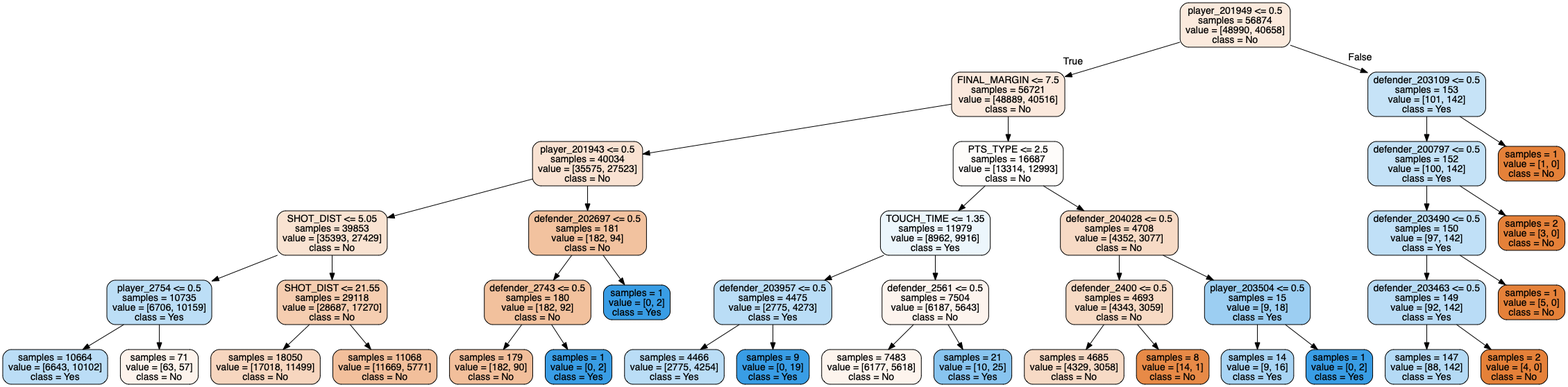
Above: forest_tree0.png in tianyi5309/303project (Graphviz), before the change. Its source is kept beside it as forest_tree0.dot.
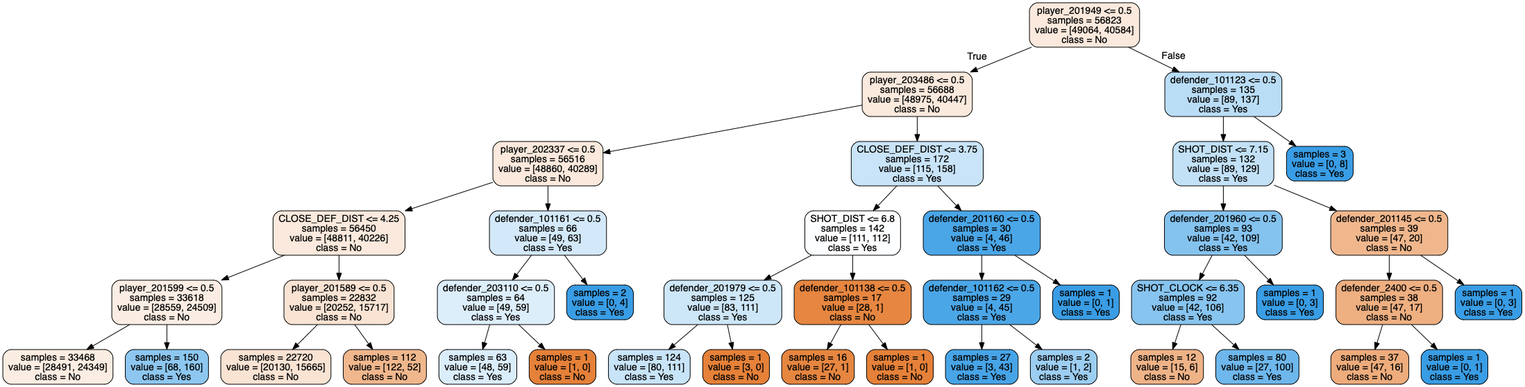
Later version of the same file.

Change to the diagram source:
```diff
@@ -1,81 +1,85 @@
 digraph Tree {
 node [shape=box, style="filled, rounded", color="black", fontname=helvetica] ;
 edge [fontname=helvetica] ;
-0 [label="player_201949 <= 0.5\nsamples = 56874\nvalue = [48990, 40658]\nclass = No", fillcolor="#fbeadd"] ;
-1 [label="FINAL_MARGIN <= 7.5\nsamples = 56721\nvalue = [48889, 40516]\nclass = No", fillcolor="#fbe9dd"] ;
+0 [label="player_201949 <= 0.5\nsamples = 56823\nvalue = [49064, 40584]\nclass = No", fillcolor="#fbe9dd"] ;
+1 [label="player_203486 <= 0.5\nsamples = 56688\nvalue = [48975, 40447]\nclass = No", fillcolor="#fae9dd"] ;
 0 -> 1 [labeldistance=2.5, labelangle=45, headlabel="True"] ;
-2 [label="player_201943 <= 0.5\nsamples = 40034\nvalue = [35575, 27523]\nclass = No", fillcolor="#f9e2d2"] ;
+2 [label="player_202337 <= 0.5\nsamples = 56516\nvalue = [48860, 40289]\nclass = No", fillcolor="#fae9dc"] ;
 1 -> 2 ;
-3 [label="SHOT_DIST <= 5.05\nsamples = 39853\nvalue = [35393, 27429]\nclass = No", fillcolor="#f9e3d2"] ;
+3 [label="CLOSE_DEF_DIST <= 4.25\nsamples = 56450\nvalue = [48811, 40226]\nclass = No", fillcolor="#fae9dc"] ;
 2 -> 3 ;
-4 [label="player_2754 <= 0.5\nsamples = 10735\nvalue = [6706, 10159]\nclass = Yes", fillcolor="#bcdef6"] ;
+4 [label="player_201599 <= 0.5\nsamples = 33618\nvalue = [28559, 24509]\nclass = No", fillcolor="#fbede3"] ;
 3 -> 4 ;
-5 [label="samples = 10664\nvalue = [6643, 10102]\nclass = Yes", fillcolor="#bbddf6"] ;
+5 [label="samples = 33468\nvalue = [28491, 24349]\nclass = No", fillcolor="#fbede2"] ;
 4 -> 5 ;
-6 [label="samples = 71\nvalue = [63, 57]\nclass = No", fillcolor="#fdf3ec"] ;
+6 [label="samples = 150\nvalue = [68, 160]\nclass = Yes", fillcolor="#8dc7f0"] ;
 4 -> 6 ;
-7 [label="SHOT_DIST <= 21.55\nsamples = 29118\nvalue = [28687, 17270]\nclass = No", fillcolor="#f5cdb0"] ;
+7 [label="player_201589 <= 0.5\nsamples = 22832\nvalue = [20252, 15717]\nclass = No", fillcolor="#f9e3d3"] ;
 3 -> 7 ;
-8 [label="samples = 18050\nvalue = [17018, 11499]\nclass = No", fillcolor="#f7d6bf"] ;
+8 [label="samples = 22720\nvalue = [20130, 15665]\nclass = No", fillcolor="#f9e3d3"] ;
 7 -> 8 ;
-9 [label="samples = 11068\nvalue = [11669, 5771]\nclass = No", fillcolor="#f2bf9b"] ;
+9 [label="samples = 112\nvalue = [122, 52]\nclass = No", fillcolor="#f0b78d"] ;
 7 -> 9 ;
-10 [label="defender_202697 <= 0.5\nsamples = 181\nvalue = [182, 94]\nclass = No", fillcolor="#f2c29f"] ;
+10 [label="defender_101161 <= 0.5\nsamples = 66\nvalue = [49, 63]\nclass = Yes", fillcolor="#d3e9f9"] ;
 2 -> 10 ;
-11 [label="defender_2743 <= 0.5\nsamples = 180\nvalue = [182, 92]\nclass = No", fillcolor="#f2c19d"] ;
+11 [label="defender_203110 <= 0.5\nsamples = 64\nvalue = [49, 59]\nclass = Yes", fillcolor="#ddeefb"] ;
 10 -> 11 ;
-12 [label="samples = 179\nvalue = [182, 90]\nclass = No", fillcolor="#f2bf9b"] ;
+12 [label="samples = 63\nvalue = [48, 59]\nclass = Yes", fillcolor="#daedfa"] ;
 11 -> 12 ;
-13 [label="samples = 1\nvalue = [0, 2]\nclass = Yes", fillcolor="#399de5"] ;
+13 [label="samples = 1\nvalue = [1, 0]\nclass = No", fillcolor="#e58139"] ;
 11 -> 13 ;
-14 [label="samples = 1\nvalue = [0, 2]\nclass = Yes", fillcolor="#399de5"] ;
+14 [label="samples = 2\nvalue = [0, 4]\nclass = Yes", fillcolor="#399de5"] ;
 10 -> 14 ;
-15 [label="PTS_TYPE <= 2.5\nsamples = 16687\nvalue = [13314, 12993]\nclass = No", fillcolor="#fefcfa"] ;
+15 [label="CLOSE_DEF_DIST <= 3.75\nsamples = 172\nvalue = [115, 158]\nclass = Yes", fillcolor="#c9e4f8"] ;
 1 -> 15 ;
-16 [label="TOUCH_TIME <= 1.35\nsamples = 11979\nvalue = [8962, 9916]\nclass = Yes", fillcolor="#ecf6fc"] ;
+16 [label="SHOT_DIST <= 6.8\nsamples = 142\nvalue = [111, 112]\nclass = Yes", fillcolor="#fdfeff"] ;
 15 -> 16 ;
-17 [label="defender_203957 <= 0.5\nsamples = 4475\nvalue = [2775, 4273]\nclass = Yes", fillcolor="#baddf6"] ;
+17 [label="defender_201979 <= 0.5\nsamples = 125\nvalue = [83, 111]\nclass = Yes", fillcolor="#cde6f8"] ;
 16 -> 17 ;
-18 [label="samples = 4466\nvalue = [2775, 4254]\nclass = Yes", fillcolor="#baddf6"] ;
+18 [label="samples = 124\nvalue = [80, 111]\nclass = Yes", fillcolor="#c8e4f8"] ;
 17 -> 18 ;
-19 [label="samples = 9\nvalue = [0, 19]\nclass = Yes", fillcolor="#399de5"] ;
+19 [label="samples = 1\nvalue = [3, 0]\nclass = No", fillcolor="#e58139"] ;
 17 -> 19 ;
-20 [label="defender_2561 <= 0.5\nsamples = 7504\nvalue = [6187, 5643]\nclass = No", fillcolor="#fdf4ee"] ;
+20 [label="defender_101138 <= 0.5\nsamples = 17\nvalue = [28, 1]\nclass = No", fillcolor="#e68640"] ;
 16 -> 20 ;
-21 [label="samples = 7483\nvalue = [6177, 5618]\nclass = No", fillcolor="#fdf4ed"] ;
+21 [label="samples = 16\nvalue = [27, 1]\nclass = No", fillcolor="#e68640"] ;
 20 -> 21 ;
-22 [label="samples = 21\nvalue = [10, 25]\nclass = Yes", fillcolor="#88c4ef"] ;
+22 [label="samples = 1\nvalue = [1, 0]\nclass = No", fillcolor="#e58139"] ;
 20 -> 22 ;
-23 [label="defender_204028 <= 0.5\nsamples = 4708\nvalue = [4352, 3077]\nclass = No", fillcolor="#f7dac5"] ;
+23 [label="defender_201160 <= 0.5\nsamples = 30\nvalue = [4, 46]\nclass = Yes", fillcolor="#4aa6e7"] ;
 15 -> 23 ;
-24 [label="defender_2400 <= 0.5\nsamples = 4693\nvalue = [4343, 3059]\nclass = No", fillcolor="#f7dac4"] ;
+24 [label="defender_101162 <= 0.5\nsamples = 29\nvalue = [4, 45]\nclass = Yes", fillcolor="#4ba6e7"] ;
 23 -> 24 ;
-25 [label="samples = 4685\nvalue = [4329, 3058]\nclass = No", fillcolor="#f7dac5"] ;
+25 [label="samples = 27\nvalue = [3, 43]\nclass = Yes", fillcolor="#47a4e7"] ;
 24 -> 25 ;
-26 [label="samples = 8\nvalue = [14, 1]\nclass = No", fillcolor="#e78a47"] ;
+26 [label="samples = 2\nvalue = [1, 2]\nclass = Yes", fillcolor="#9ccef2"] ;
 24 -> 26 ;
-27 [label="player_203504 <= 0.5\nsamples = 15\nvalue = [9, 18]\nclass = Yes", fillcolor="#9ccef2"] ;
+27 [label="samples = 1\nvalue = [0, 1]\nclass = Yes", fillcolor="#399de5"] ;
 23 -> 27 ;
-28 [label="samples = 14\nvalue = [9, 16]\nclass = Yes", fillcolor="#a8d4f4"] ;
-27 -> 28 ;
-29 [label="samples = 1\nvalue = [0, 2]\nclass = Yes", fillcolor="#399de5"] ;
-27 -> 29 ;
-30 [label="defender_203109 <= 0.5\nsamples = 153\nvalue = [101, 142]\nclass = Yes", fillcolor="#c6e3f7"] ;
-0 -> 30 [labeldistance=2.5, labelangle=-45, headlabel="False"] ;
-31 [label="defender_200797 <= 0.5\nsamples = 152\nvalue = [100, 142]\nclass = Yes", fillcolor="#c4e2f7"] ;
+28 [label="defender_101123 <= 0.5\nsamples = 135\nvalue = [89, 137]\nclass = Yes", fillcolor="#baddf6"] ;
+0 -> 28 [labeldistance=2.5, labelangle=-45, headlabel="False"] ;
+29 [label="SHOT_DIST <= 7.15\nsamples = 132\nvalue = [89, 129]\nclass = Yes", fillcolor="#c2e1f7"] ;
+28 -> 29 ;
+30 [label="defender_201960 <= 0.5\nsamples = 93\nvalue = [42, 109]\nclass = Yes", fillcolor="#85c3ef"] ;
+29 -> 30 ;
+31 [label="SHOT_CLOCK <= 6.35\nsamples = 92\nvalue = [42, 106]\nclass = Yes", fillcolor="#87c4ef"] ;
 30 -> 31 ;
-32 [label="defender_203490 <= 0.5\nsamples = 150\nvalue = [97, 142]\nclass = Yes", fillcolor="#c0e0f7"] ;
+32 [label="samples = 12\nvalue = [15, 6]\nclass = No", fillcolor="#efb388"] ;
 31 -> 32 ;
-33 [label="defender_203463 <= 0.5\nsamples = 149\nvalue = [92, 142]\nclass = Yes", fillcolor="#b9dcf6"] ;
-32 -> 33 ;
-34 [label="samples = 147\nvalue = [88, 142]\nclass = Yes", fillcolor="#b4daf5"] ;
-33 -> 34 ;
-35 [label="samples = 2\nvalue = [4, 0]\nclass = No", fillcolor="#e58139"] ;
-33 -> 35 ;
-36 [label="samples = 1\nvalue = [5, 0]\nclass = No", fillcolor="#e58139"] ;
-32 -> 36 ;
-37 [label="samples = 2\nvalue = [3, 0]\nclass = No", fillcolor="#e58139"] ;
-31 -> 37 ;
-38 [label="samples = 1\nvalue = [1, 0]\nclass = No", fillcolor="#e58139"] ;
-30 -> 38 ;
+33 [label="samples = 80\nvalue = [27, 100]\nclass = Yes", fillcolor="#6eb7ec"] ;
+31 -> 33 ;
+34 [label="samples = 1\nvalue = [0, 3]\nclass = Yes", fillcolor="#399de5"] ;
+30 -> 34 ;
+35 [label="defender_201145 <= 0.5\nsamples = 39\nvalue = [47, 20]\nclass = No", fillcolor="#f0b78d"] ;
+29 -> 35 ;
+36 [label="defender_2400 <= 0.5\nsamples = 38\nvalue = [47, 17]\nclass = No", fillcolor="#eeaf81"] ;
+35 -> 36 ;
+37 [label="samples = 37\nvalue = [47, 16]\nclass = No", fillcolor="#eeac7c"] ;
+36 -> 37 ;
+38 [label="samples = 1\nvalue = [0, 1]\nclass = Yes", fillcolor="#399de5"] ;
+36 -> 38 ;
+39 [label="samples = 1\nvalue = [0, 3]\nclass = Yes", fillcolor="#399de5"] ;
+35 -> 39 ;
+40 [label="samples = 3\nvalue = [0, 8]\nclass = Yes", fillcolor="#399de5"] ;
+28 -> 40 ;
 }
```
